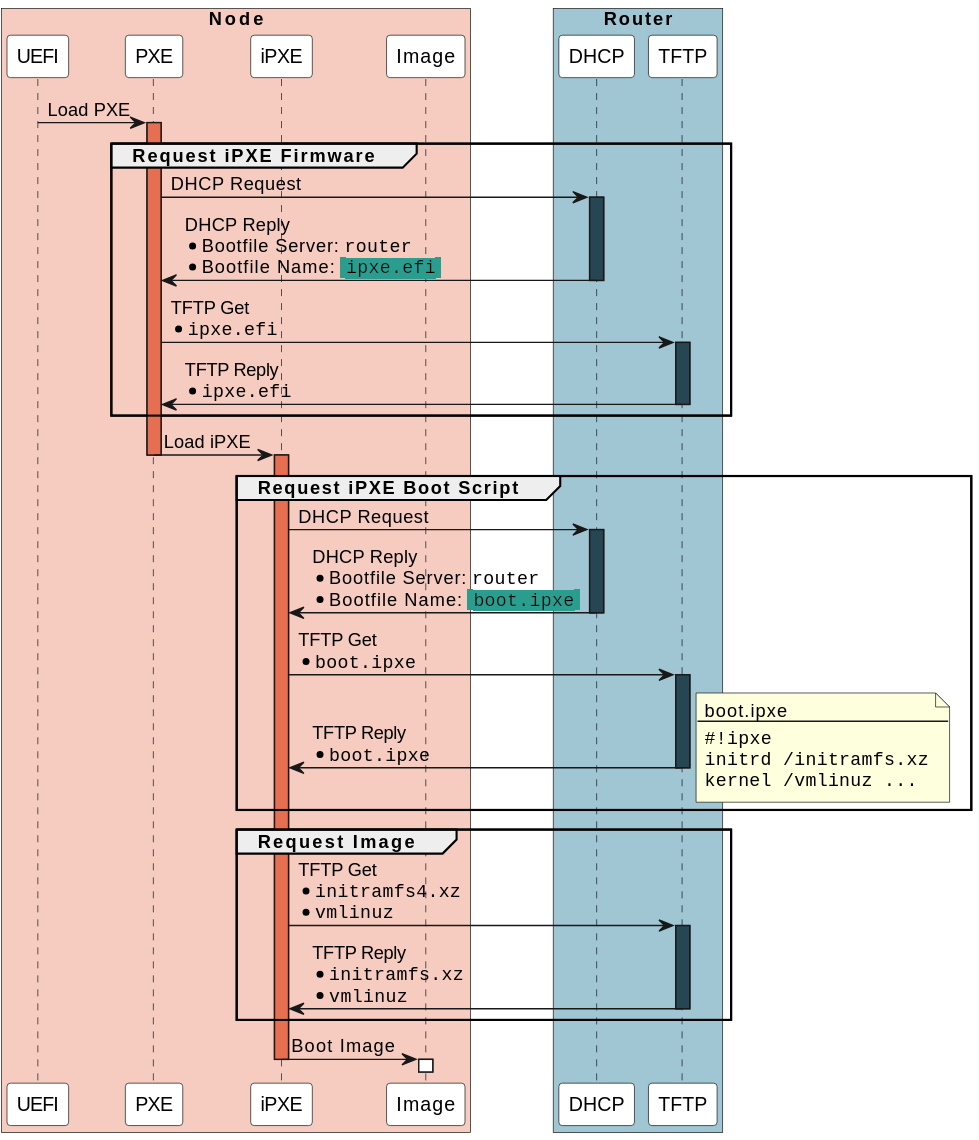
Earlier version of the PlantUML export docs/provisioning/network/img/network-boot-sequence.svg (cloudkoffer/cloudkoffer.github.io).
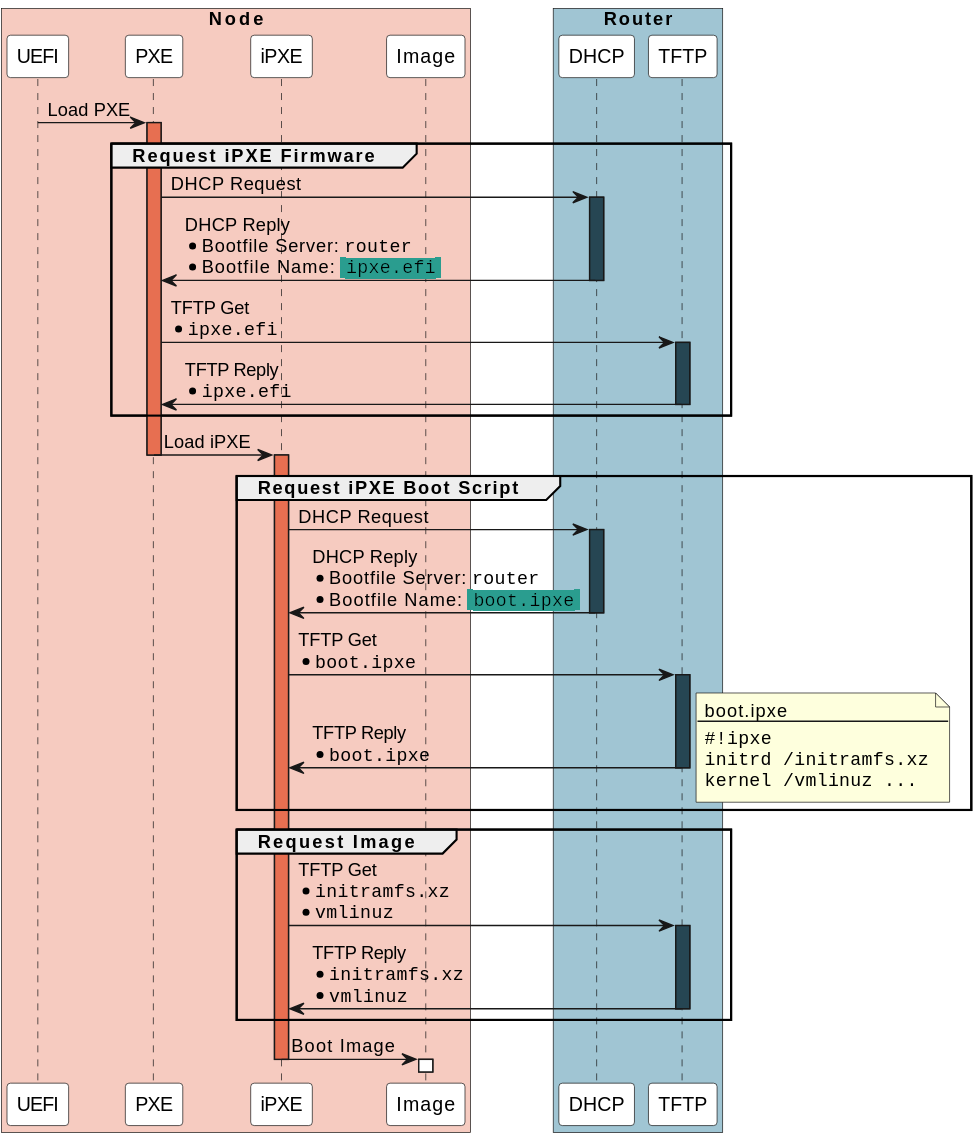
The same diagram one commit later.

What changed in the source:
```diff
@@ -50,7 +50,7 @@
 end
 
 group Request Image
-ipxe -> tftp : TFTP Get\n* ""initramfs4.xz""\n* ""vmlinuz""
+ipxe -> tftp : TFTP Get\n* ""initramfs.xz""\n* ""vmlinuz""
 activate tftp #264653
 tftp -> ipxe : TFTP Reply\n* ""initramfs.xz""\n* ""vmlinuz""
 deactivate tftp
```
